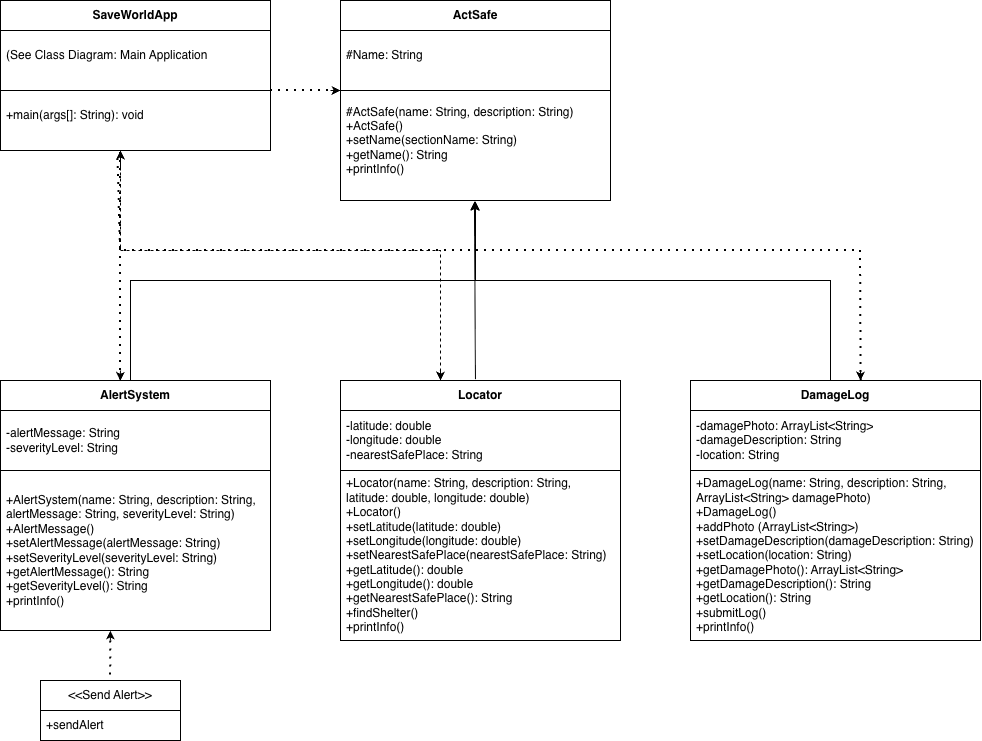
This is ActSafe.png from Namuun612/OOP2025, a draw.io export, as it was before one commit. Source tidied: cells renumbered, new cells last; positions are measured from the earlier drawing's top-left corner, leaving out a move shared by most shapes.
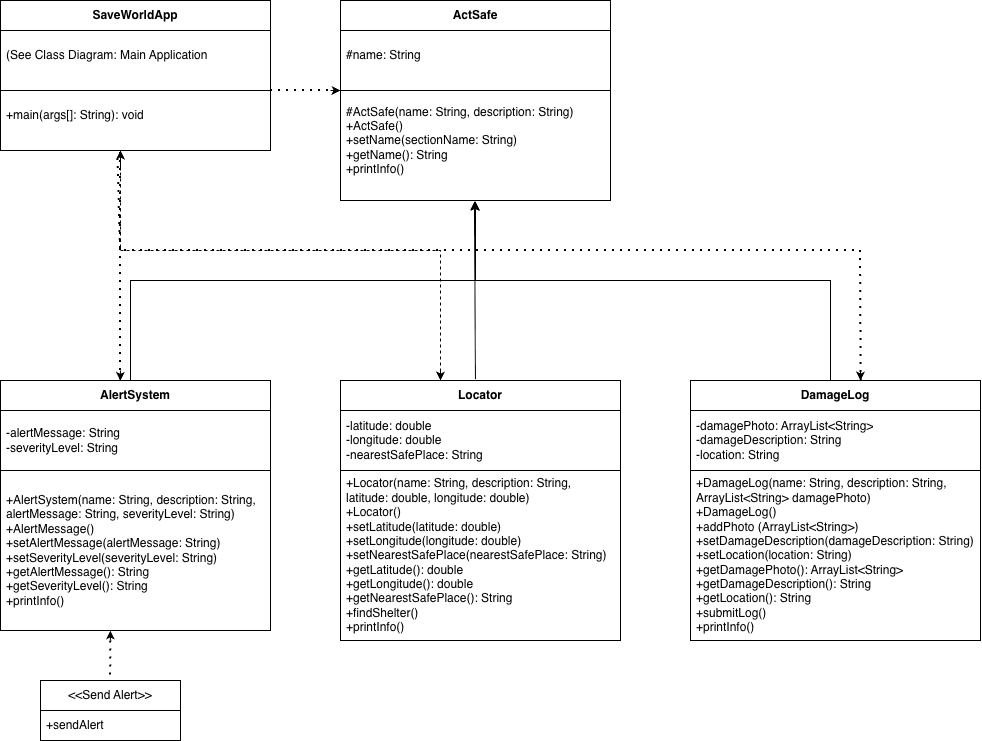
After the change.

What changed in the source:
```diff
@@ -5,7 +5,7 @@
     <mxCell id="2" value="List" style="swimlane;fontStyle=0;horizontal=1;startSize=30;whiteSpace=wrap;html=1;" parent="1" vertex="1">
       <mxGeometry x="340" width="270" height="200" as="geometry" />
     </mxCell>
-    <mxCell id="3" value="#Name: String" style="text;strokeColor=none;fillColor=none;align=left;verticalAlign=middle;spacingLeft=4;spacingRight=4;overflow=hidden;whiteSpace=wrap;html=1;" parent="2" vertex="1">
+    <mxCell id="3" value="#name: String" style="text;strokeColor=none;fillColor=none;align=left;verticalAlign=middle;spacingLeft=4;spacingRight=4;overflow=hidden;whiteSpace=wrap;html=1;" parent="2" vertex="1">
       <mxGeometry y="30" width="270" height="50" as="geometry" />
     </mxCell>
     <mxCell id="4" value="&lt;div&gt;#ActSafe(name:&amp;nbsp;&lt;span style=&quot;background-color: transparent; color: light-dark(rgb(0, 0, 0), rgb(255, 255, 255));&quot;&gt;String&lt;/span&gt;&lt;span style=&quot;background-color: transparent; color: light-dark(rgb(0, 0, 0), rgb(255, 255, 255));&quot;&gt;, description:&amp;nbsp;&lt;/span&gt;&lt;span style=&quot;background-color: transparent; color: light-dark(rgb(0, 0, 0), rgb(255, 255, 255));&quot;&gt;String&lt;/span&gt;&lt;span style=&quot;background-color: transparent; color: light-dark(rgb(0, 0, 0), rgb(255, 255, 255));&quot;&gt;)&lt;/span&gt;&lt;/div&gt;&lt;div&gt;+ActSafe()&lt;/div&gt;+setName(sectionName: String)&lt;div&gt;+getName(): String&lt;/div&gt;&lt;div&gt;+printInfo()&lt;/div&gt;" style="text;strokeColor=none;fillColor=none;align=left;verticalAlign=middle;spacingLeft=4;spacingRight=4;overflow=hidden;points=[[0,0.5],[1,0.5]];portConstraint=eastwest;whiteSpace=wrap;html=1;" parent="2" vertex="1">
```
